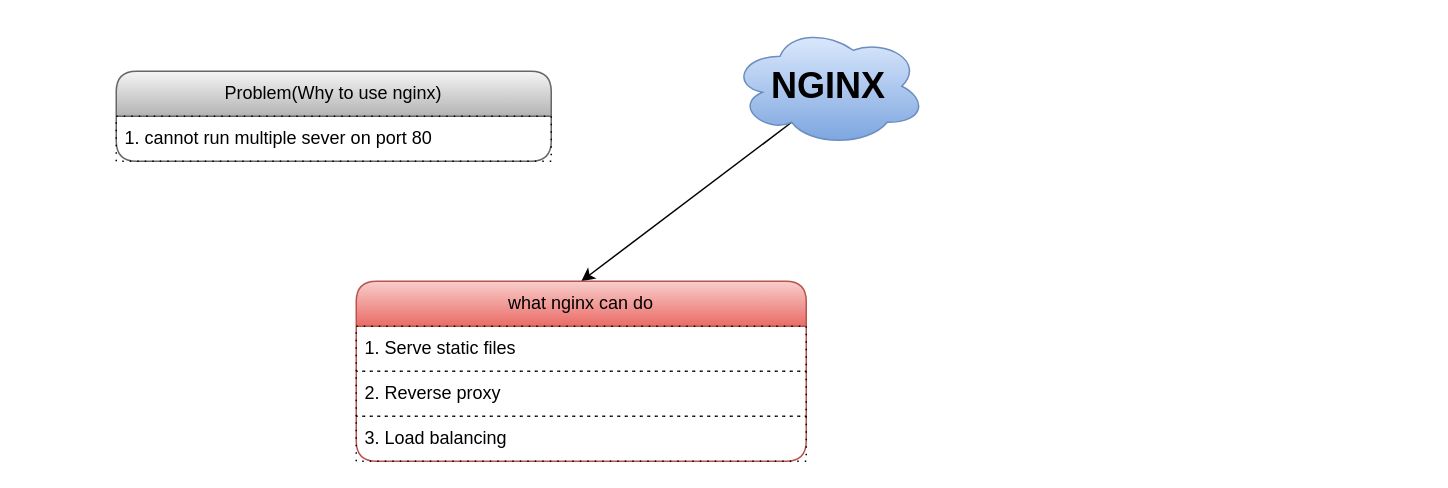
Above: DevOp/nginx/nginx.dio in knkrn5/Programming-Concepts (draw.io), before the change. Source tidied: cells renumbered, new cells numbered last; positions are measured from the earlier drawing's top-left corner, leaving out a move shared by most shapes. Both pictures are drawn from the tidied source at 150%, with x=0, y=0 at pixel (116, 26).
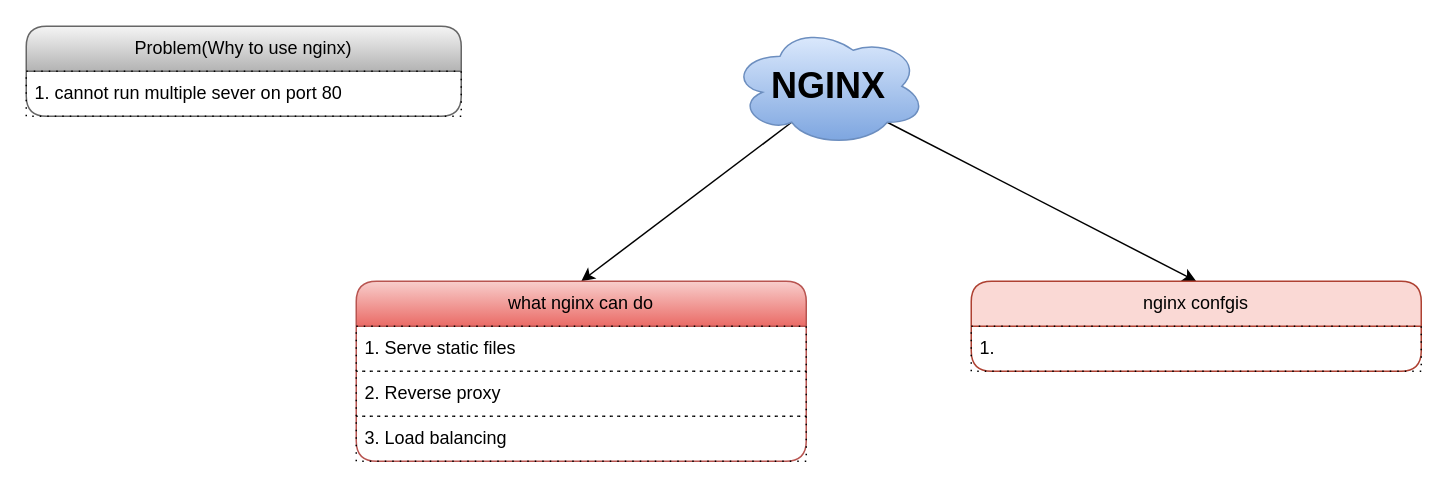
After the change.

Commit message (it also covers changes not shown here):
Update NGINX SVG diagram with enhanced graphics and layout adjustments

The edit, as a diff of the source:
```diff
@@
 <mxGraphModel background="#ffffff">
   <root>
     <mxCell id="0" />
     <mxCell id="1" parent="0" />
     <mxCell id="2" style="edgeStyle=none;html=1;exitX=0.31;exitY=0.8;exitDx=0;exitDy=0;exitPerimeter=0;entryX=0.5;entryY=0;entryDx=0;entryDy=0;" parent="1" edge="1" source="3" target="4">
       <mxGeometry relative="1" as="geometry" />
     </mxCell>
+    <mxCell id="10" style="edgeStyle=none;html=1;exitX=0.8;exitY=0.8;exitDx=0;exitDy=0;exitPerimeter=0;entryX=0.5;entryY=0;entryDx=0;entryDy=0;" parent="1" edge="1" source="3" target="11">
+      <mxGeometry relative="1" as="geometry" />
+    </mxCell>
     <mxCell id="3" value="&lt;b&gt;&lt;font style=&quot;font-size: 24px;&quot;&gt;NGINX&lt;/font&gt;&lt;/b&gt;" style="ellipse;shape=cloud;whiteSpace=wrap;html=1;fillColor=#dae8fc;gradientColor=#7ea6e0;strokeColor=#6c8ebf;" parent="1" vertex="1">
       <mxGeometry x="410" width="130" height="80" as="geometry" />
     </mxCell>
     <mxCell id="4" value="what nginx can do" style="swimlane;fontStyle=0;horizontal=1;startSize=30;whiteSpace=wrap;html=1;rounded=1;fillColor=#f8cecc;gradientColor=#ea6b66;strokeColor=#b85450;" parent="1" vertex="1">
       <mxGeometry x="160" y="170" width="300" height="120" as="geometry" />
     </mxCell>
     <mxCell id="5" value="1. Serve static files" style="text;strokeColor=default;fillColor=none;align=left;verticalAlign=middle;spacingLeft=4;spacingRight=4;overflow=hidden;whiteSpace=wrap;html=1;dashed=1;dashPattern=1 4;" parent="4" vertex="1">
       <mxGeometry y="30" width="300" height="30" as="geometry" />
     </mxCell>
     <mxCell id="6" value="2. Reverse proxy" style="text;strokeColor=default;fillColor=none;align=left;verticalAlign=middle;spacingLeft=4;spacingRight=4;overflow=hidden;whiteSpace=wrap;html=1;dashed=1;dashPattern=1 4;" parent="4" vertex="1">
       <mxGeometry y="60" width="300" height="30" as="geometry" />
     </mxCell>
     <mxCell id="7" value="3. Load balancing" style="text;strokeColor=default;fillColor=none;align=left;verticalAlign=middle;spacingLeft=4;spacingRight=4;overflow=hidden;whiteSpace=wrap;html=1;dashed=1;dashPattern=1 4;" parent="4" vertex="1">
       <mxGeometry y="90" width="300" height="30" as="geometry" />
     </mxCell>
+    <mxCell id="11" value="nginx confgis" style="swimlane;fontStyle=0;horizontal=1;startSize=30;whiteSpace=wrap;html=1;rounded=1;fillColor=#fad9d5;strokeColor=#ae4132;" parent="1" vertex="1">
+      <mxGeometry x="570" y="170" width="300" height="60" as="geometry" />
+    </mxCell>
+    <mxCell id="12" value="1.&amp;nbsp;" style="text;strokeColor=default;fillColor=none;align=left;verticalAlign=middle;spacingLeft=4;spacingRight=4;overflow=hidden;whiteSpace=wrap;html=1;dashed=1;dashPattern=1 4;" parent="11" vertex="1">
+      <mxGeometry y="30" width="300" height="30" as="geometry" />
+    </mxCell>
     <mxCell id="8" value="Problem(Why to use nginx)" style="swimlane;fontStyle=0;horizontal=1;startSize=30;whiteSpace=wrap;html=1;rounded=1;fillColor=#f5f5f5;gradientColor=#b3b3b3;strokeColor=#666666;" parent="1" vertex="1">
-      <mxGeometry y="30" width="290" height="60" as="geometry" />
+      <mxGeometry x="-60" width="290" height="60" as="geometry" />
     </mxCell>
     <mxCell id="9" value="1. cannot run multiple sever on port 80" style="text;strokeColor=default;fillColor=none;align=left;verticalAlign=middle;spacingLeft=4;spacingRight=4;overflow=hidden;whiteSpace=wrap;html=1;dashed=1;dashPattern=1 4;" parent="8" vertex="1">
       <mxGeometry y="30" width="290" height="30" as="geometry" />
     </mxCell>
   </root>
 </mxGraphModel>
```
